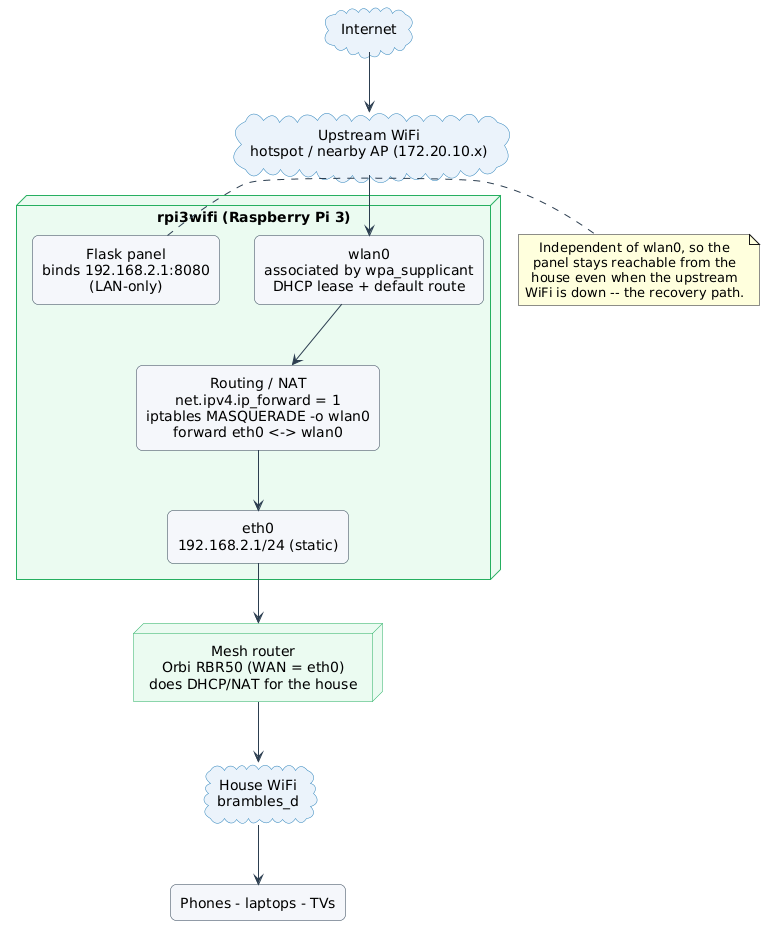
Before: docs/diagrams/architecture-topology.png, a diagram exported from PlantUML (calapor/networkswitcher).
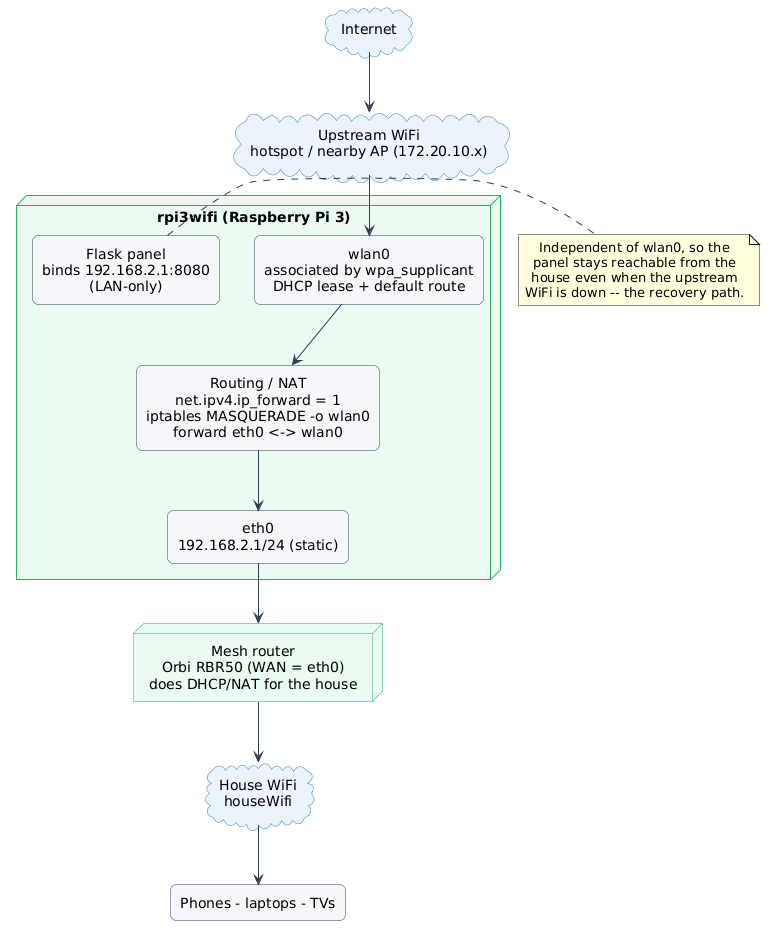
Above is the later version.

Commit message:
Rename house SSID to generic houseWifi in diagrams

What changed in the source:
```diff
@@ -27,7 +27,7 @@
 }
 
 node "Mesh router\nOrbi RBR50 (WAN = eth0)\ndoes DHCP/NAT for the house" as orbi
-cloud "House WiFi\nbrambles_d" as house
+cloud "House WiFi\nhouseWifi" as house
 rectangle "Phones - laptops - TVs" as devices
 
 inet --> up
```
